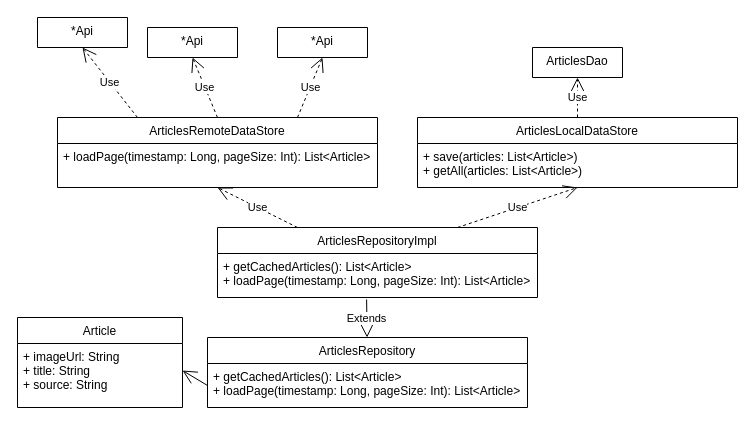
This is design/data_layer_class_diagram.drawio from antonid08/NewsAggregator, a draw.io file, before an edit. Source tidied: cells renumbered, new cells numbered last; positions are measured from the earlier drawing's top-left corner, leaving out a move shared by most shapes. Both pictures are drawn from the tidied source at 100%, with x=0, y=0 at pixel (17, 17).
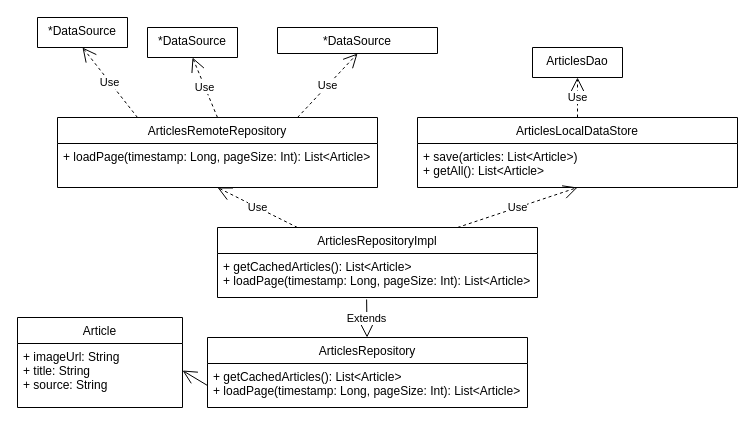
Above is the later version.

Commit message (it also covers changes not shown here):
Class diagrams updated

Unchanged cells that the change refers to:
```xml
<mxCell id="8" value="ArticlesLocalDataStore&#10;" style="swimlane;fontStyle=0;align=center;verticalAlign=top;horizontal=1;startSize=26;rounded=0;shadow=0;strokeWidth=1;" parent="1" vertex="1">
  <mxGeometry x="400" y="100" width="320" height="70" as="geometry" />
</mxCell>
```

What changed in the source:
```diff
@@
-    <mxCell id="6" value="ArticlesRemoteDataStore&#10;" style="swimlane;fontStyle=0;align=center;verticalAlign=top;horizontal=1;startSize=26;rounded=0;shadow=0;strokeWidth=1;" parent="1" vertex="1">
+    <mxCell id="6" value="ArticlesRemoteRepository&#10;" style="swimlane;fontStyle=0;align=center;verticalAlign=top;horizontal=1;startSize=26;rounded=0;shadow=0;strokeWidth=1;" parent="1" vertex="1">
       <mxGeometry x="40" y="100" width="320" height="70" as="geometry" />
     </mxCell>
@@
-    <mxCell id="9" value="+ save(articles: List&lt;Article&gt;)&#10;+ getAll(articles: List&lt;Article&gt;)" style="text;align=left;verticalAlign=top;spacingLeft=4;spacingRight=4;overflow=hidden;" parent="8" vertex="1">
+    <mxCell id="9" value="+ save(articles: List&lt;Article&gt;)&#10;+ getAll(): List&lt;Article&gt;" style="text;align=left;verticalAlign=top;spacingLeft=4;spacingRight=4;overflow=hidden;" parent="8" vertex="1">
       <mxGeometry y="26" width="320" height="34" as="geometry" />
     </mxCell>
-    <mxCell id="10" value="*Api" style="swimlane;fontStyle=0;align=center;verticalAlign=top;horizontal=1;startSize=70;rounded=0;shadow=0;strokeWidth=1;" parent="1" vertex="1">
+    <mxCell id="10" value="*DataSource" style="swimlane;fontStyle=0;align=center;verticalAlign=top;horizontal=1;startSize=70;rounded=0;shadow=0;strokeWidth=1;" parent="1" vertex="1">
       <mxGeometry x="20" width="90" height="30" as="geometry" />
     </mxCell>
-    <mxCell id="11" value="*Api" style="swimlane;fontStyle=0;align=center;verticalAlign=top;horizontal=1;startSize=70;rounded=0;shadow=0;strokeWidth=1;" parent="1" vertex="1">
+    <mxCell id="11" value="*DataSource" style="swimlane;fontStyle=0;align=center;verticalAlign=top;horizontal=1;startSize=70;rounded=0;shadow=0;strokeWidth=1;" parent="1" vertex="1">
       <mxGeometry x="130" y="10" width="90" height="30" as="geometry" />
     </mxCell>
-    <mxCell id="12" value="*Api" style="swimlane;fontStyle=0;align=center;verticalAlign=top;horizontal=1;startSize=70;rounded=0;shadow=0;strokeWidth=1;" parent="1" vertex="1">
-      <mxGeometry x="260" y="10" width="90" height="30" as="geometry" />
+    <mxCell id="12" value="*DataSource" style="swimlane;fontStyle=0;align=center;verticalAlign=top;horizontal=1;startSize=70;rounded=0;shadow=0;strokeWidth=1;" parent="1" vertex="1" collapsed="1">
+      <mxGeometry x="260" y="10" width="160" height="26" as="geometry" />
     </mxCell>
```
